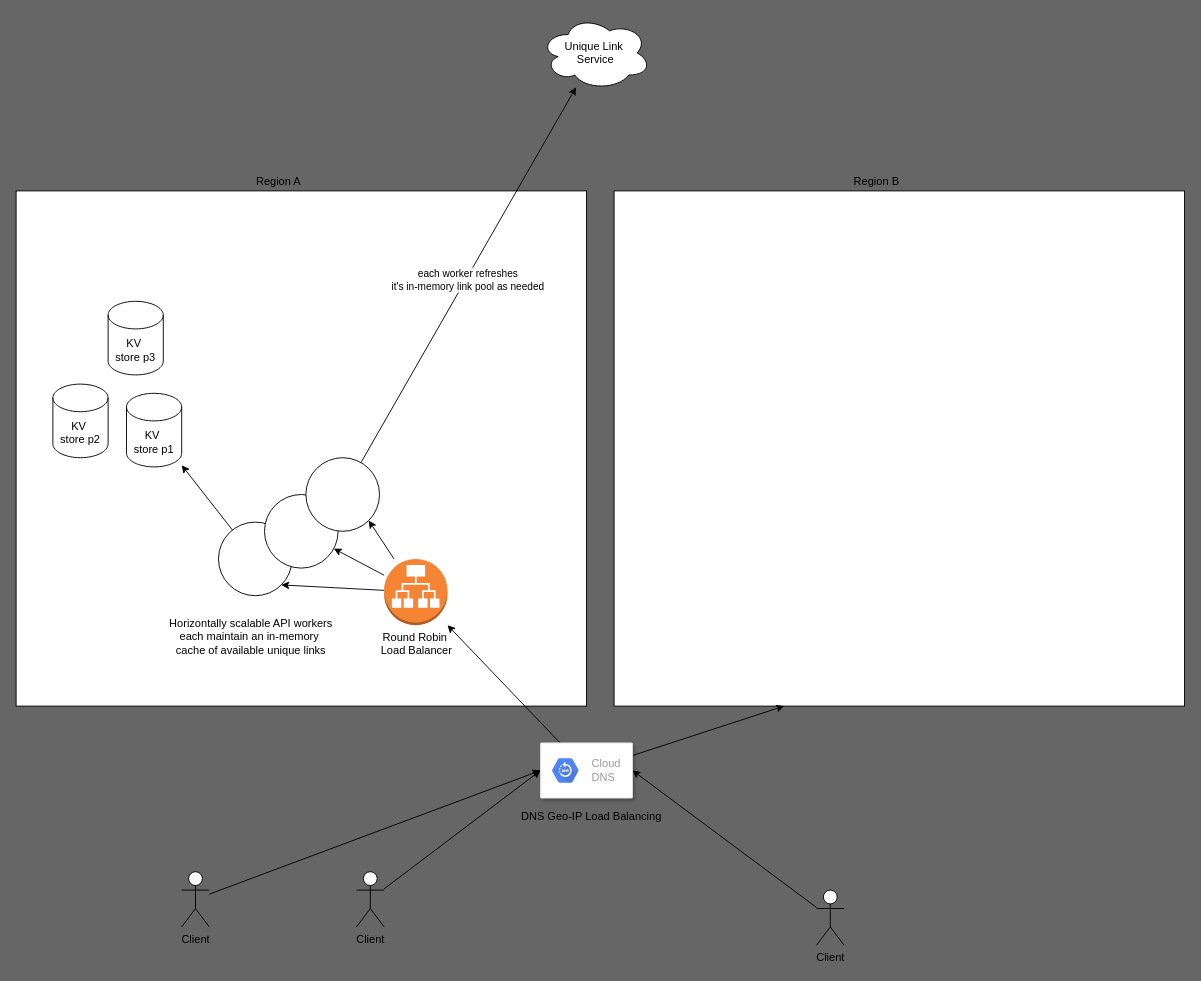
dylanjbarth/csi keeps this draw.io diagram as system-design/url-shortener/arch.drawio. Above is the earlier version. Source tidied: cells renumbered, new cells numbered last; positions are measured from the earlier drawing's top-left corner, leaving out a move shared by most shapes. Both pictures are drawn from the tidied source at 92%, with x=0, y=0 at pixel (16, 16).
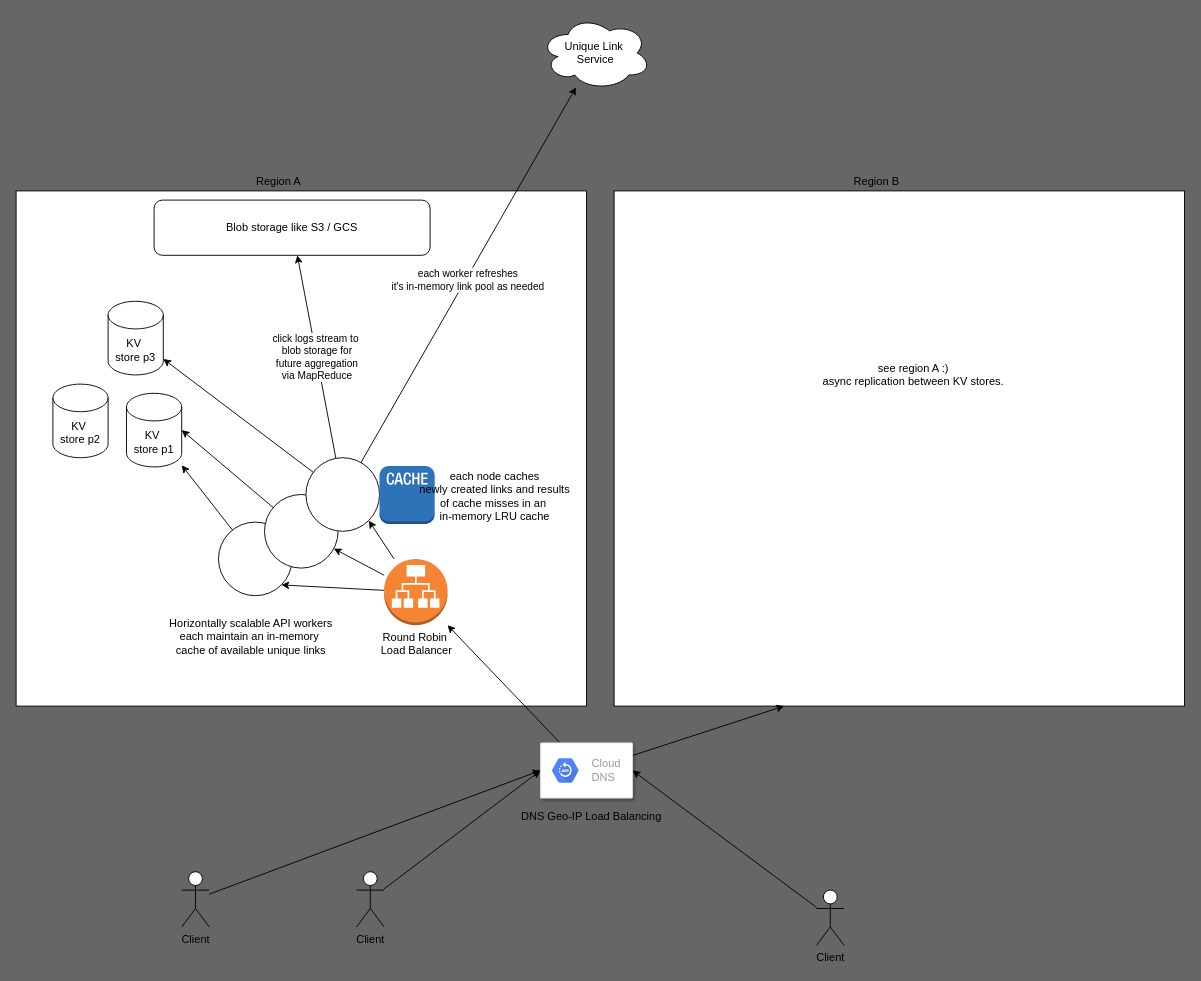
The same page after the edit.

Commit message (it also covers changes not shown here):
tweaks to diagram.

Unchanged cells that the change refers to:
```xml
<mxCell id="7" value="KV&amp;nbsp;&lt;br&gt;store p1" style="shape=cylinder3;whiteSpace=wrap;html=1;boundedLbl=1;backgroundOutline=1;size=15;" parent="1" vertex="1">
  <mxGeometry x="120" y="410" width="60" height="80" as="geometry" />
</mxCell>
<mxCell id="25" style="ellipse;whiteSpace=wrap;html=1;" parent="1" vertex="1">
  <mxGeometry x="270" y="520" width="80" height="80" as="geometry" />
</mxCell>
<mxCell id="28" style="ellipse;whiteSpace=wrap;html=1;" parent="1" vertex="1">
  <mxGeometry x="315" y="480" width="80" height="80" as="geometry" />
</mxCell>
<mxCell id="30" value="KV&amp;nbsp;&lt;br&gt;store p3" style="shape=cylinder3;whiteSpace=wrap;html=1;boundedLbl=1;backgroundOutline=1;size=15;" parent="1" vertex="1">
  <mxGeometry x="100" y="310" width="60" height="80" as="geometry" />
</mxCell>
```

Diff of the diagram source:
```diff
@@
+    <mxCell id="32" style="edgeStyle=none;html=1;entryX=1;entryY=0.5;entryDx=0;entryDy=0;entryPerimeter=0;" parent="1" edge="1" source="25" target="7">
+      <mxGeometry relative="1" as="geometry" />
+    </mxCell>
@@
+    <mxCell id="33" style="edgeStyle=none;html=1;" parent="1" edge="1" source="28" target="30">
+      <mxGeometry relative="1" as="geometry" />
+    </mxCell>
+    <mxCell id="34" value="click logs stream to&amp;nbsp;&lt;br&gt;blob storage for&lt;br&gt;future aggregation&lt;br&gt;via MapReduce" style="edgeStyle=none;html=1;" parent="1" edge="1" source="28" target="37">
+      <mxGeometry relative="1" as="geometry" />
+    </mxCell>
@@
+    <mxCell id="35" style="dashed=0;verticalLabelPosition=bottom;verticalAlign=top;align=center;html=1;shape=mxgraph.aws3.cache_node;fillColor=#2E73B8;gradientColor=none;" parent="1" vertex="1">
+      <mxGeometry x="395" y="489" width="60" height="63" as="geometry" />
+    </mxCell>
+    <mxCell id="36" value="each node caches&lt;br&gt;newly created links and results&lt;br&gt;of cache misses in an&amp;nbsp;&lt;br&gt;in-memory LRU cache" style="text;html=1;align=center;verticalAlign=middle;strokeColor=none;fillColor=none;" parent="1" vertex="1">
+      <mxGeometry x="430" y="492" width="180" height="60" as="geometry" />
+    </mxCell>
+    <mxCell id="37" value="Blob storage like S3 / GCS" style="rounded=1;whiteSpace=wrap;html=1;" parent="1" vertex="1">
+      <mxGeometry x="150" y="200" width="300" height="60" as="geometry" />
+    </mxCell>
+    <mxCell id="38" value="see region A :)&lt;br&gt;async replication between KV stores." style="text;html=1;align=center;verticalAlign=middle;strokeColor=none;fillColor=none;" parent="1" vertex="1">
+      <mxGeometry x="870" y="375" width="210" height="30" as="geometry" />
+    </mxCell>
```
